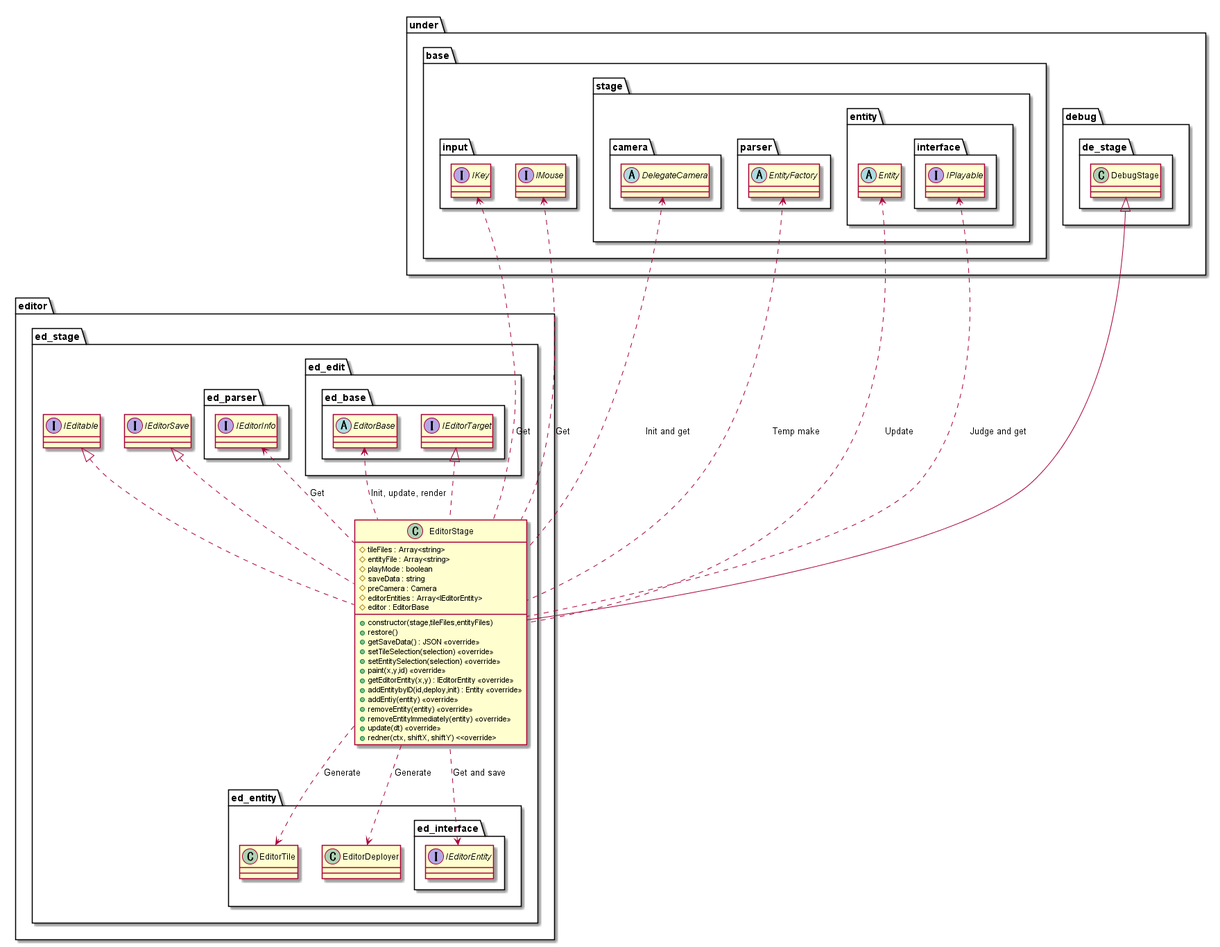
Before: out/uml/editor/Stage/EditorStage.png, a diagram exported from PlantUML (Expine/Under).
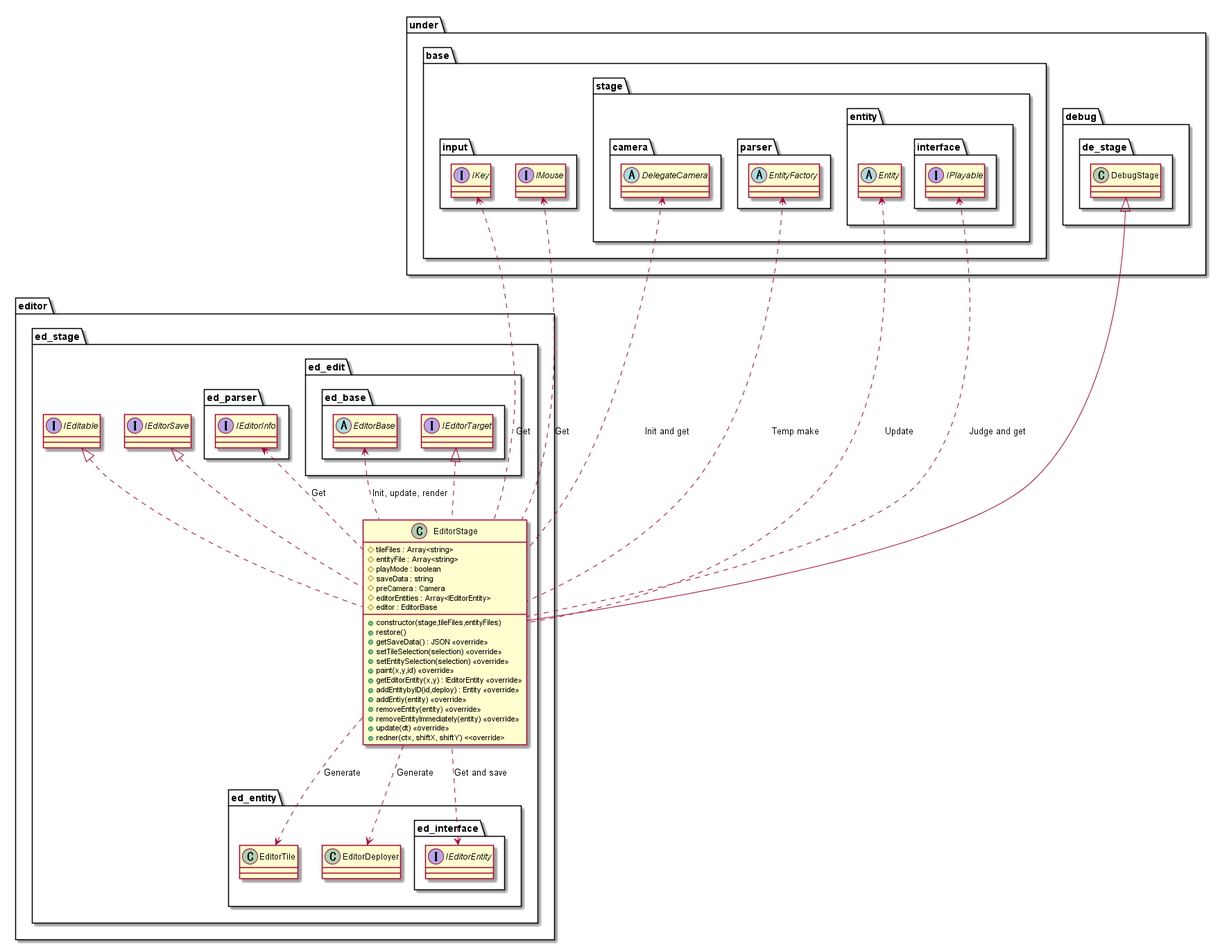
The same diagram one commit later.

Diff of the diagram source:
```diff
@@ -17,7 +17,7 @@
             +setEntitySelection(selection) <<override>>
             +paint(x,y,id) <<override>>
             +getEditorEntity(x,y) : IEditorEntity <<override>>
-            +addEntitybyID(id,deploy,init) : Entity <<override>>
+            +addEntitybyID(id,deploy) : Entity <<override>>
             +addEntiy(entity) <<override>>
             +removeEntity(entity) <<override>>
             +removeEntityImmediately(entity) <<override>>
```
